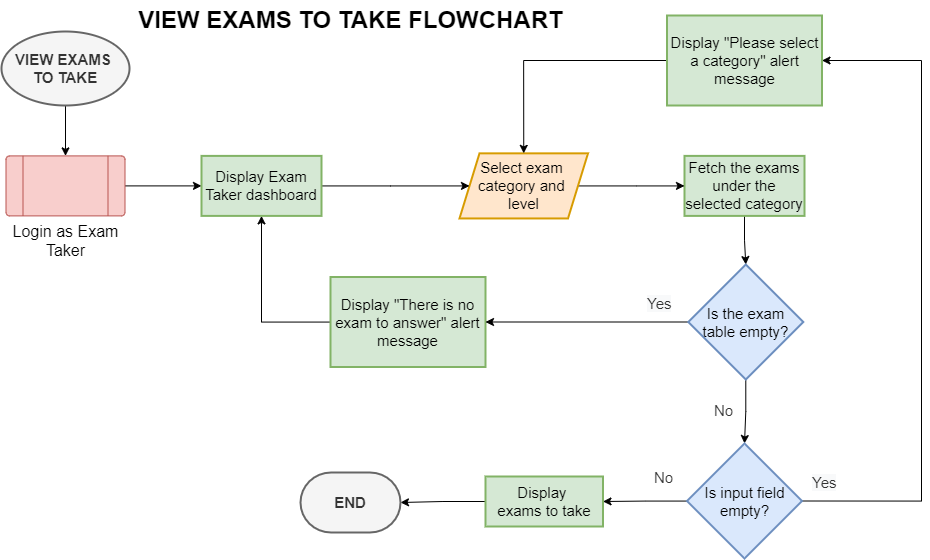
Before: Gallardo/OnlineExam/online exam flowcharts/exam taker/Online exam flowchart-VIEW EXAMS TO TAKE FLOWCHART.drawio.png, a diagram exported from draw.io (walteribloguintoledo/PUP2022). Source tidied: cells renumbered, new cells last; positions are measured from the earlier drawing's top-left corner, leaving out a move shared by most shapes.
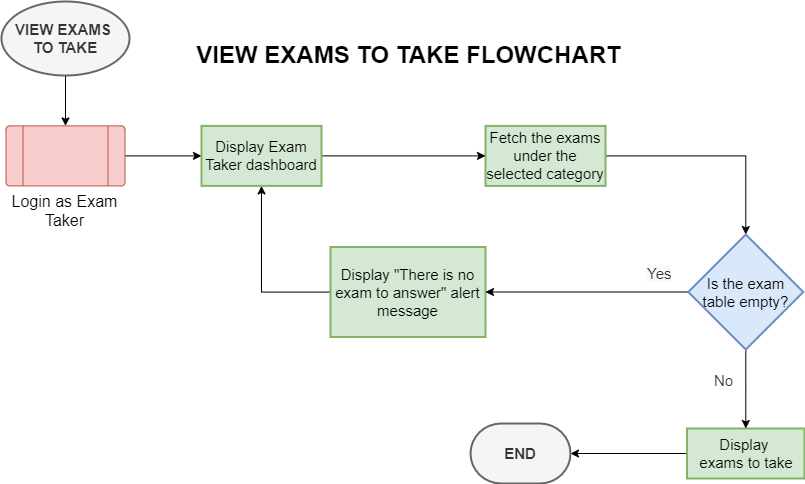
After the commit.

Diff of the diagram source:
```diff
@@ -18,16 +18,16 @@
       <mxGeometry relative="1" as="geometry" />
     </mxCell>
     <mxCell id="7" value="Fetch the exams under the selected category" style="whiteSpace=wrap;html=1;fontSize=15;fillColor=#d5e8d4;strokeColor=#82b366;strokeWidth=2;" parent="1" vertex="1">
-      <mxGeometry x="683" y="155.4" width="120" height="60" as="geometry" />
+      <mxGeometry x="484" y="155.4" width="120" height="60" as="geometry" />
     </mxCell>
     <mxCell id="8" value="VIEW EXAMS TO TAKE FLOWCHART" style="text;strokeColor=none;fillColor=none;html=1;fontSize=24;fontStyle=1;verticalAlign=middle;align=center;" parent="1" vertex="1">
-      <mxGeometry x="299" width="100" height="40" as="geometry" />
+      <mxGeometry x="356.5" y="65" width="100" height="40" as="geometry" />
     </mxCell>
     <mxCell id="9" style="edgeStyle=orthogonalEdgeStyle;rounded=0;jettySize=auto;html=1;" parent="1" edge="1" source="10" target="13">
       <mxGeometry relative="1" as="geometry" />
     </mxCell>
     <mxCell id="10" value="Display&amp;nbsp;&lt;br&gt;exams to take" style="whiteSpace=wrap;html=1;fontSize=15;fillColor=#d5e8d4;strokeColor=#82b366;strokeWidth=2;" parent="1" vertex="1">
-      <mxGeometry x="484" y="476" width="117.5" height="50" as="geometry" />
+      <mxGeometry x="685.5" y="458" width="117.5" height="50" as="geometry" />
     </mxCell>
     <mxCell id="11" style="edgeStyle=orthogonalEdgeStyle;rounded=0;jettySize=auto;html=1;entryX=0.5;entryY=1;entryDx=0;entryDy=0;" parent="1" edge="1" source="12" target="19">
       <mxGeometry relative="1" as="geometry" />
@@ -36,7 +36,7 @@
       <mxGeometry x="329" y="276.5" width="155" height="90" as="geometry" />
     </mxCell>
     <mxCell id="13" value="&lt;b&gt;END&lt;/b&gt;" style="strokeWidth=2;html=1;shape=mxgraph.flowchart.terminator;whiteSpace=wrap;fontSize=15;fillColor=#f5f5f5;fontColor=#333333;strokeColor=#666666;" parent="1" vertex="1">
-      <mxGeometry x="299" y="472" width="100" height="60" as="geometry" />
+      <mxGeometry x="469" y="453" width="100" height="60" as="geometry" />
     </mxCell>
     <mxCell id="14" value="&lt;span style=&quot;color: rgb(51, 51, 51); font-family: Helvetica; font-size: 15px; font-style: normal; font-variant-ligatures: normal; font-variant-caps: normal; font-weight: 400; letter-spacing: normal; orphans: 2; text-align: center; text-indent: 0px; text-transform: none; widows: 2; word-spacing: 0px; -webkit-text-stroke-width: 0px; background-color: rgb(248, 249, 250); text-decoration-thickness: initial; text-decoration-style: initial; text-decoration-color: initial; float: none; display: inline !important;&quot;&gt;Yes&lt;/span&gt;" style="text;whiteSpace=wrap;html=1;fontSize=15;" parent="1" vertex="1">
       <mxGeometry x="644" y="288" width="32" height="32" as="geometry" />
@@ -44,19 +44,13 @@
     <mxCell id="15" value="&lt;div style=&quot;text-align: center;&quot;&gt;&lt;span style=&quot;background-color: initial;&quot;&gt;&lt;font color=&quot;#333333&quot;&gt;No&lt;/font&gt;&lt;/span&gt;&lt;/div&gt;" style="text;whiteSpace=wrap;html=1;fontSize=15;" parent="1" vertex="1">
       <mxGeometry x="711" y="395" width="32" height="32" as="geometry" />
     </mxCell>
-    <mxCell id="16" style="edgeStyle=orthogonalEdgeStyle;rounded=0;jettySize=auto;html=1;" parent="1" edge="1" source="17" target="7">
-      <mxGeometry relative="1" as="geometry" />
-    </mxCell>
-    <mxCell id="17" value="Select exam &lt;br&gt;category and &lt;br&gt;level" style="shape=parallelogram;perimeter=parallelogramPerimeter;whiteSpace=wrap;html=1;fixedSize=1;fontSize=15;fillColor=#ffe6cc;strokeColor=#d79b00;strokeWidth=2;" parent="1" vertex="1">
-      <mxGeometry x="458" y="152.9" width="128.5" height="65.1" as="geometry" />
-    </mxCell>
-    <mxCell id="18" style="edgeStyle=orthogonalEdgeStyle;rounded=0;jettySize=auto;html=1;" parent="1" edge="1" source="19" target="17">
+    <mxCell id="18" style="edgeStyle=orthogonalEdgeStyle;rounded=0;jettySize=auto;html=1;entryX=0;entryY=0.5;entryDx=0;entryDy=0;" parent="1" edge="1" source="19" target="7">
       <mxGeometry relative="1" as="geometry" />
     </mxCell>
     <mxCell id="19" value="Display Exam Taker dashboard" style="whiteSpace=wrap;html=1;fontSize=15;fillColor=#d5e8d4;strokeColor=#82b366;strokeWidth=2;" parent="1" vertex="1">
       <mxGeometry x="200" y="155.4" width="120" height="60" as="geometry" />
     </mxCell>
-    <mxCell id="20" style="edgeStyle=orthogonalEdgeStyle;rounded=0;jettySize=auto;html=1;" parent="1" edge="1" source="22" target="25">
+    <mxCell id="20" style="edgeStyle=orthogonalEdgeStyle;rounded=0;jettySize=auto;html=1;" parent="1" edge="1" source="22" target="10">
       <mxGeometry relative="1" as="geometry" />
     </mxCell>
     <mxCell id="21" style="edgeStyle=orthogonalEdgeStyle;rounded=0;jettySize=auto;html=1;exitX=0;exitY=0.5;exitDx=0;exitDy=0;entryX=1;entryY=0.5;entryDx=0;entryDy=0;" parent="1" edge="1" source="22" target="12">
@@ -65,31 +59,5 @@
     <mxCell id="22" value="Is the exam table empty?" style="rhombus;whiteSpace=wrap;html=1;fontSize=15;fillColor=#dae8fc;strokeColor=#6c8ebf;strokeWidth=2;" parent="1" vertex="1">
       <mxGeometry x="686.8" y="264" width="115" height="115" as="geometry" />
     </mxCell>
-    <mxCell id="23" style="edgeStyle=orthogonalEdgeStyle;rounded=0;jettySize=auto;html=1;exitX=1;exitY=0.5;exitDx=0;exitDy=0;entryX=1;entryY=0.5;entryDx=0;entryDy=0;" parent="1" edge="1" source="25" target="27">
-      <mxGeometry relative="1" as="geometry">
-        <Array as="points">
-          <mxPoint x="920" y="501" />
-          <mxPoint x="920" y="60" />
-        </Array>
-      </mxGeometry>
-    </mxCell>
-    <mxCell id="24" style="edgeStyle=orthogonalEdgeStyle;rounded=0;jettySize=auto;html=1;" parent="1" edge="1" source="25" target="10">
-      <mxGeometry relative="1" as="geometry" />
-    </mxCell>
-    <mxCell id="25" value="Is input field empty?" style="rhombus;whiteSpace=wrap;html=1;fontSize=15;fillColor=#dae8fc;strokeColor=#6c8ebf;strokeWidth=2;" parent="1" vertex="1">
-      <mxGeometry x="685.5" y="443" width="115" height="115" as="geometry" />
-    </mxCell>
-    <mxCell id="26" style="edgeStyle=orthogonalEdgeStyle;rounded=0;jettySize=auto;html=1;exitX=0;exitY=0.5;exitDx=0;exitDy=0;entryX=0.5;entryY=0;entryDx=0;entryDy=0;" parent="1" edge="1" source="27" target="17">
-      <mxGeometry relative="1" as="geometry" />
-    </mxCell>
-    <mxCell id="27" value="Display &quot;Please select a category&quot; alert message" style="whiteSpace=wrap;html=1;fontSize=15;fillColor=#d5e8d4;strokeColor=#82b366;strokeWidth=2;" parent="1" vertex="1">
-      <mxGeometry x="665.5" y="15" width="155" height="90" as="geometry" />
-    </mxCell>
-    <mxCell id="28" value="&lt;span style=&quot;color: rgb(51, 51, 51); font-family: Helvetica; font-size: 15px; font-style: normal; font-variant-ligatures: normal; font-variant-caps: normal; font-weight: 400; letter-spacing: normal; orphans: 2; text-align: center; text-indent: 0px; text-transform: none; widows: 2; word-spacing: 0px; -webkit-text-stroke-width: 0px; background-color: rgb(248, 249, 250); text-decoration-thickness: initial; text-decoration-style: initial; text-decoration-color: initial; float: none; display: inline !important;&quot;&gt;Yes&lt;/span&gt;" style="text;whiteSpace=wrap;html=1;fontSize=15;" parent="1" vertex="1">
-      <mxGeometry x="809" y="467" width="32" height="32" as="geometry" />
-    </mxCell>
-    <mxCell id="29" value="&lt;div style=&quot;text-align: center;&quot;&gt;&lt;span style=&quot;background-color: initial;&quot;&gt;&lt;font color=&quot;#333333&quot;&gt;No&lt;/font&gt;&lt;/span&gt;&lt;/div&gt;" style="text;whiteSpace=wrap;html=1;fontSize=15;" parent="1" vertex="1">
-      <mxGeometry x="651" y="462" width="32" height="32" as="geometry" />
-    </mxCell>
   </root>
 </mxGraphModel>
```
